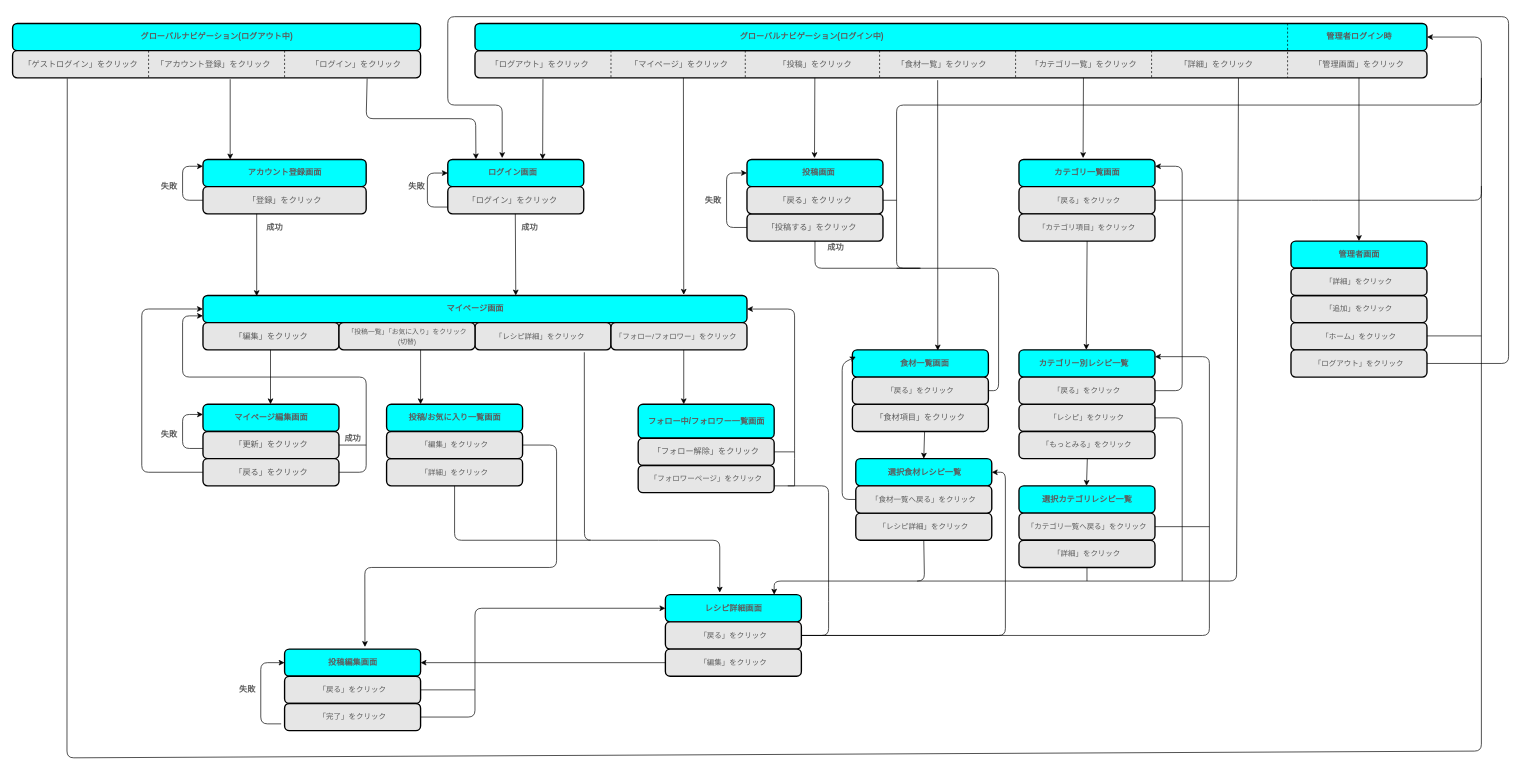
Above: Design/screen.drawio in EICHAN0413/Original_App_Wonderful_Life (draw.io), before the change. Source tidied: cells renumbered, new cells numbered last; positions are measured from the earlier drawing's top-left corner, leaving out a move shared by most shapes. Both pictures are drawn from the tidied source at 68%, with x=0, y=0 at pixel (12, 16).
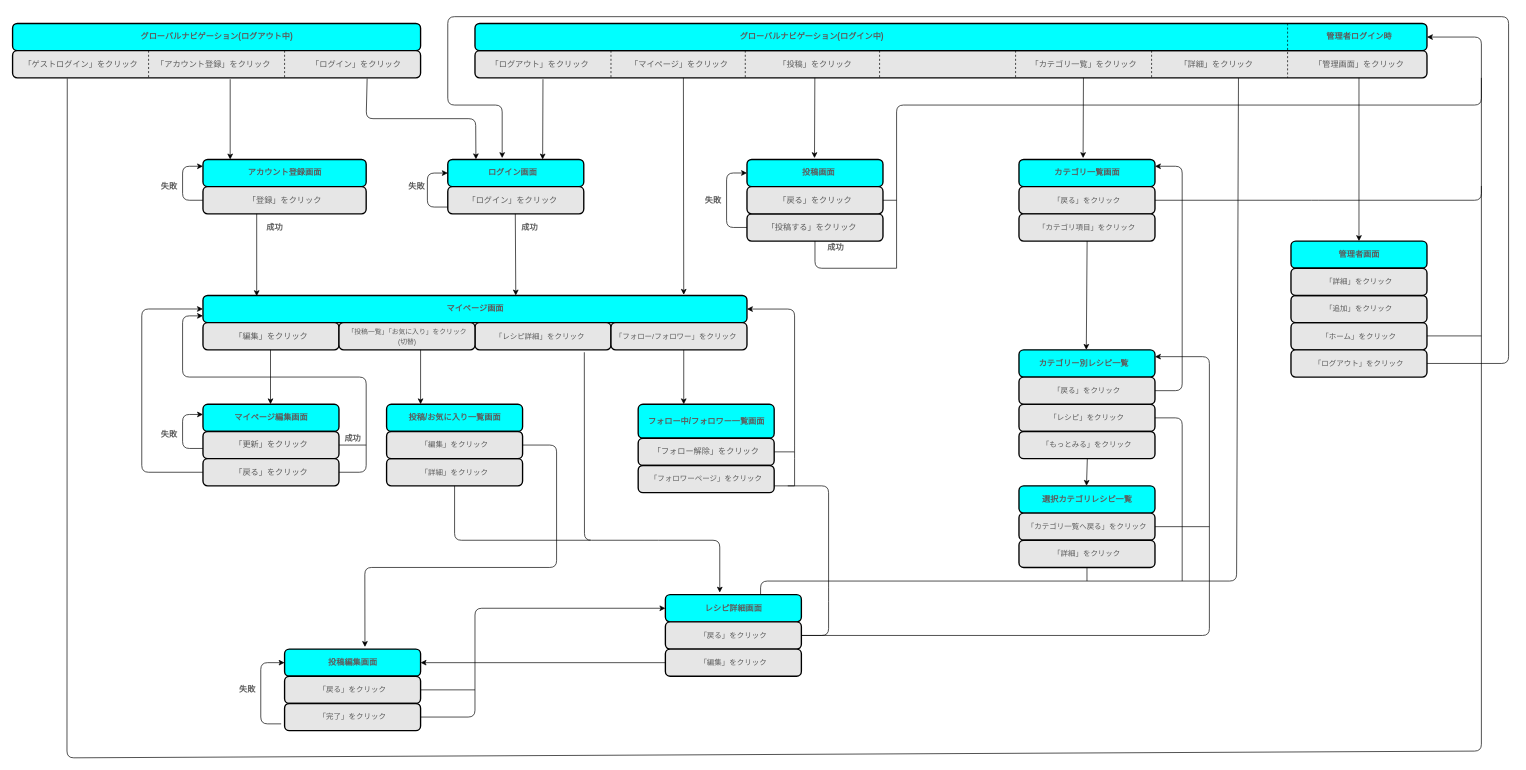
The same page after the edit.

Unchanged cells that the change refers to:
```xml
<mxCell id="6" style="rounded=1;whiteSpace=wrap;html=1;absoluteArcSize=1;arcSize=14;strokeWidth=2;sketch=0;fontColor=#5C5C5C;fillColor=#E6E6E6;" parent="1" vertex="1">
  <mxGeometry x="680" y="50" width="1400" height="40" as="geometry" />
</mxCell>
<mxCell id="11" style="rounded=1;whiteSpace=wrap;html=1;absoluteArcSize=1;arcSize=14;strokeWidth=2;sketch=0;fontColor=#5C5C5C;fillColor=#00FFFF;" parent="1" vertex="1">
  <mxGeometry x="680" y="10" width="1400" height="40" as="geometry" />
</mxCell>
<mxCell id="62" style="rounded=1;whiteSpace=wrap;html=1;absoluteArcSize=1;arcSize=14;strokeWidth=2;sketch=0;fontColor=#5C5C5C;fillColor=#E6E6E6;" parent="1" vertex="1">
  <mxGeometry x="1080" y="290" width="200" height="40" as="geometry" />
</mxCell>
<mxCell id="99" style="rounded=1;whiteSpace=wrap;html=1;absoluteArcSize=1;arcSize=14;strokeWidth=2;sketch=0;fontColor=#5C5C5C;fillColor=#00FFFF;" parent="1" vertex="1">
  <mxGeometry x="960" y="850" width="200" height="40" as="geometry" />
</mxCell>
<mxCell id="101" value="&lt;font style=&quot;font-size: 11px&quot;&gt;「戻る」をクリック&lt;/font&gt;" style="rounded=1;whiteSpace=wrap;html=1;absoluteArcSize=1;arcSize=14;strokeWidth=2;sketch=0;fontColor=#5C5C5C;fillColor=#E6E6E6;" parent="1" vertex="1">
  <mxGeometry x="960" y="890" width="200" height="40" as="geometry" />
</mxCell>
```

The edit, as a diff of the source:
```diff
@@
-    <mxCell id="50" value="「食材一覧」をクリック" style="text;html=1;align=center;verticalAlign=middle;strokeColor=none;fontColor=#5C5C5C;" parent="1" vertex="1">
-      <mxGeometry x="1291" y="60" width="150" height="20" as="geometry" />
-    </mxCell>
@@
-    <mxCell id="71" style="rounded=1;whiteSpace=wrap;html=1;absoluteArcSize=1;arcSize=14;strokeWidth=2;sketch=0;fontColor=#5C5C5C;fillColor=#00FFFF;" parent="1" vertex="1">
-      <mxGeometry x="1235" y="490" width="200" height="40" as="geometry" />
-    </mxCell>
-    <mxCell id="72" value="「食材項目」をクリック" style="rounded=1;whiteSpace=wrap;html=1;absoluteArcSize=1;arcSize=14;strokeWidth=2;sketch=0;fontColor=#5C5C5C;fillColor=#E6E6E6;" parent="1" vertex="1">
-      <mxGeometry x="1235" y="570" width="200" height="40" as="geometry" />
-    </mxCell>
-    <mxCell id="73" value="&lt;b&gt;食材一覧画面&lt;/b&gt;" style="text;html=1;align=center;verticalAlign=middle;strokeColor=none;fontColor=#5C5C5C;" parent="1" vertex="1">
-      <mxGeometry x="1296" y="500" width="90" height="20" as="geometry" />
-    </mxCell>
@@
     <mxCell id="80" style="endArrow=none;html=1;exitX=0.5;exitY=1;exitDx=0;exitDy=0;" parent="1" edge="1" source="62">
       <mxGeometry relative="1" as="geometry">
         <mxPoint x="1300" y="370" as="targetPoint" />
         <Array as="points">
           <mxPoint x="1180" y="370" />
-          <mxPoint x="1340" y="370" />
         </Array>
       </mxGeometry>
     </mxCell>
-    <mxCell id="81" value="&lt;font style=&quot;font-size: 11px&quot;&gt;「戻る」をクリック&lt;/font&gt;" style="rounded=1;whiteSpace=wrap;html=1;absoluteArcSize=1;arcSize=14;strokeWidth=2;sketch=0;fontColor=#5C5C5C;fillColor=#E6E6E6;" parent="1" vertex="1">
-      <mxGeometry x="1235" y="530" width="200" height="40" as="geometry" />
-    </mxCell>
-    <mxCell id="82" style="endArrow=classic;html=1;fontColor=#5C5C5C;fillColor=#21C0A5;entryX=0.5;entryY=0;entryDx=0;entryDy=0;" parent="1" edge="1" target="83">
-      <mxGeometry relative="1" as="geometry">
-        <mxPoint x="1341.2" y="610" as="sourcePoint" />
-      </mxGeometry>
-    </mxCell>
-    <mxCell id="83" style="rounded=1;whiteSpace=wrap;html=1;absoluteArcSize=1;arcSize=14;strokeWidth=2;sketch=0;fontColor=#5C5C5C;fillColor=#00FFFF;" parent="1" vertex="1">
-      <mxGeometry x="1240" y="650" width="200" height="40" as="geometry" />
-    </mxCell>
-    <mxCell id="84" value="&lt;b&gt;選択食材レシピ一覧&lt;/b&gt;" style="text;html=1;align=center;verticalAlign=middle;strokeColor=none;fontColor=#5C5C5C;" parent="1" vertex="1">
-      <mxGeometry x="1281" y="660" width="120" height="20" as="geometry" />
-    </mxCell>
-    <mxCell id="85" value="&lt;font style=&quot;font-size: 11px&quot;&gt;「レシピ詳細」をクリック&lt;/font&gt;" style="rounded=1;whiteSpace=wrap;html=1;absoluteArcSize=1;arcSize=14;strokeWidth=2;sketch=0;fontColor=#5C5C5C;fillColor=#E6E6E6;" parent="1" vertex="1">
-      <mxGeometry x="1240" y="730" width="200" height="40" as="geometry" />
-    </mxCell>
@@
-    <mxCell id="90" style="endArrow=classic;html=1;exitX=1;exitY=0.5;exitDx=0;exitDy=0;entryX=1;entryY=0.5;entryDx=0;entryDy=0;" parent="1" edge="1" source="81" target="11">
+    <mxCell id="90" style="endArrow=classic;html=1;entryX=1;entryY=0.5;entryDx=0;entryDy=0;" parent="1" edge="1" target="11">
       <mxGeometry relative="1" as="geometry">
+        <mxPoint x="1300" y="370" as="sourcePoint" />
         <Array as="points">
-          <mxPoint x="1450" y="550" />
-          <mxPoint x="1450" y="370" />
-          <mxPoint x="1300" y="370" />
           <mxPoint x="1300" y="130" />
           <mxPoint x="2160" y="130" />
           <mxPoint x="2160" y="30" />
         </Array>
       </mxGeometry>
     </mxCell>
@@
-    <mxCell id="102" style="edgeStyle=segmentEdgeStyle;endArrow=classic;html=1;fontColor=#5C5C5C;strokeColor=#000000;fillColor=#21C0A5;exitX=1;exitY=0.5;exitDx=0;exitDy=0;entryX=1;entryY=0.5;entryDx=0;entryDy=0;" parent="1" edge="1" source="101" target="83">
-      <mxGeometry relative="1" as="geometry">
-        <Array as="points">
-          <mxPoint x="1460" y="910" />
-          <mxPoint x="1460" y="670" />
-        </Array>
-      </mxGeometry>
-    </mxCell>
@@
-    <mxCell id="106" style="endArrow=classic;html=1;fontColor=#5C5C5C;fillColor=#21C0A5;exitX=0.5;exitY=1;exitDx=0;exitDy=0;" parent="1" edge="1" source="85">
-      <mxGeometry relative="1" as="geometry">
-        <mxPoint x="1120" y="850" as="targetPoint" />
-        <Array as="points">
-          <mxPoint x="1341" y="830" />
-          <mxPoint x="1120" y="830" />
-        </Array>
-      </mxGeometry>
-    </mxCell>
-    <mxCell id="107" style="endArrow=classic;html=1;exitX=0.486;exitY=1.085;exitDx=0;exitDy=0;exitPerimeter=0;entryX=0.628;entryY=0.022;entryDx=0;entryDy=0;entryPerimeter=0;" parent="1" edge="1" source="6" target="71">
-      <mxGeometry relative="1" as="geometry" />
-    </mxCell>
@@
-    <mxCell id="110" style="endArrow=none;html=1;" parent="1" edge="1">
+    <mxCell id="110" style="endArrow=none;html=1;entryX=0.7;entryY=0;entryDx=0;entryDy=0;entryPerimeter=0;" parent="1" edge="1" target="99">
       <mxGeometry relative="1" as="geometry">
         <mxPoint x="1580" y="830" as="sourcePoint" />
-        <mxPoint x="1330" y="830" as="targetPoint" />
         <Array as="points">
           <mxPoint x="1580" y="830" />
+          <mxPoint x="1100" y="830" />
         </Array>
       </mxGeometry>
     </mxCell>
@@
-    <mxCell id="133" value="&lt;font style=&quot;font-size: 11px&quot;&gt;「食材一覧へ戻る」をクリック&lt;/font&gt;" style="rounded=1;whiteSpace=wrap;html=1;absoluteArcSize=1;arcSize=14;strokeWidth=2;sketch=0;fontColor=#5C5C5C;fillColor=#E6E6E6;" parent="1" vertex="1">
-      <mxGeometry x="1240" y="690" width="200" height="40" as="geometry" />
-    </mxCell>
-    <mxCell id="134" style="endArrow=classic;html=1;exitX=0;exitY=0.5;exitDx=0;exitDy=0;" parent="1" edge="1" source="133">
-      <mxGeometry relative="1" as="geometry">
-        <mxPoint x="1240" y="500" as="targetPoint" />
-        <Array as="points">
-          <mxPoint x="1220" y="710" />
-          <mxPoint x="1220" y="510" />
-        </Array>
-      </mxGeometry>
-    </mxCell>
```
